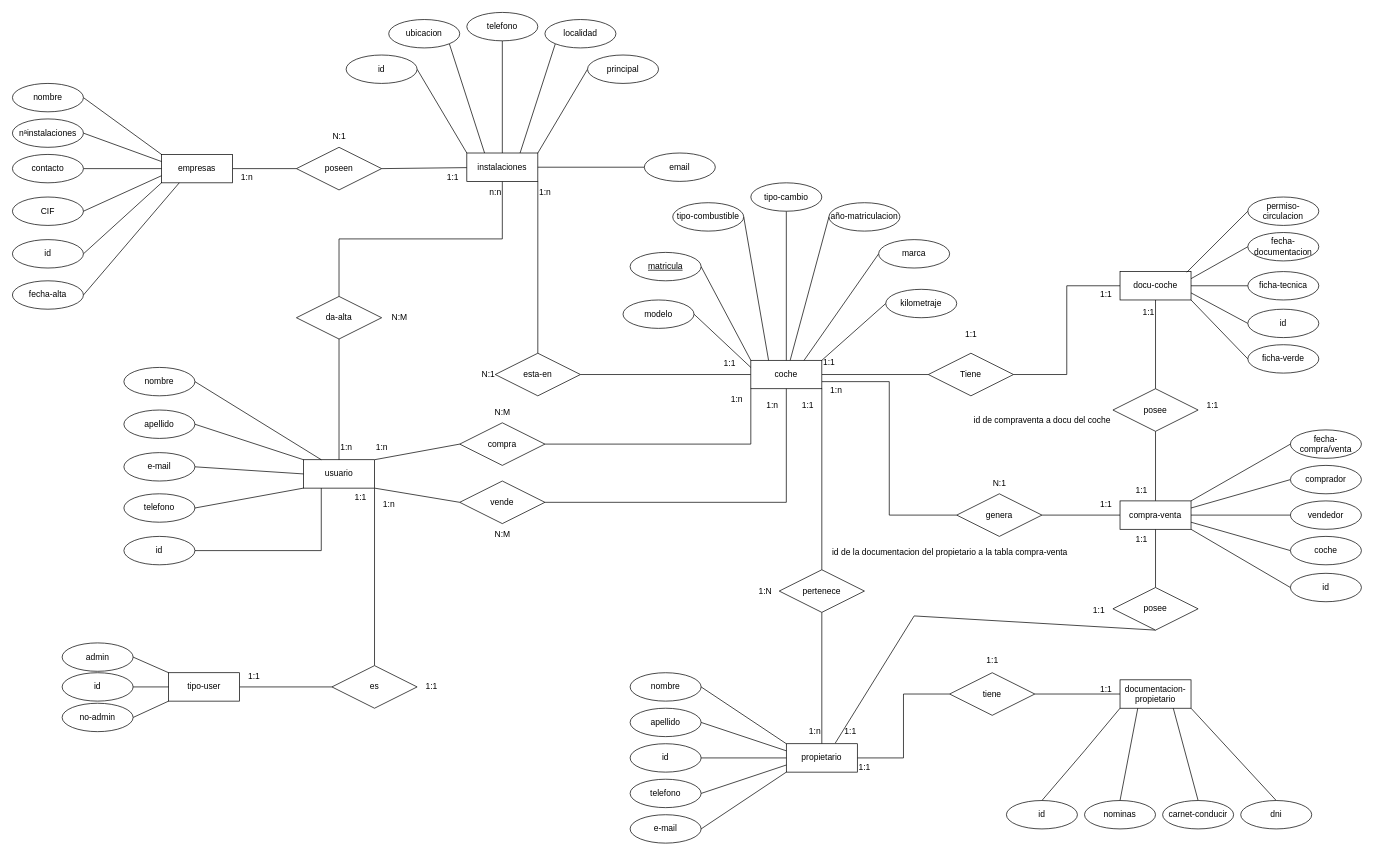
This is DOCS/ModelosBBDD/gestorDocumental.drawio from nachete905/Gestor-documental, a draw.io file, before an edit. Source tidied: cells renumbered, new cells numbered last; positions are measured from the earlier drawing's top-left corner, leaving out a move shared by most shapes. Both pictures are drawn from the tidied source at 71%, with x=0, y=0 at pixel (12, 12).
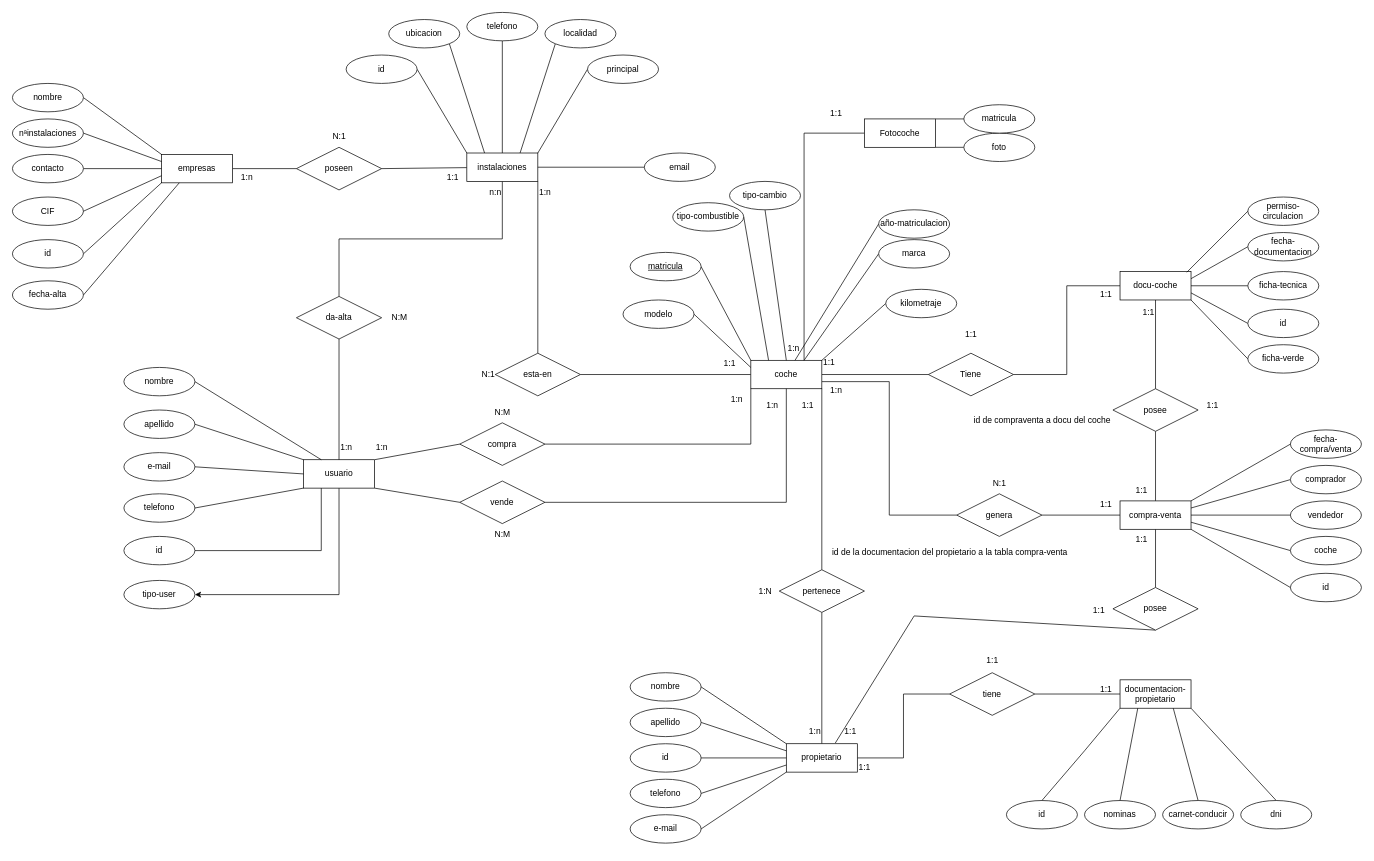
The same page after the edit.

The change refers to these unchanged cells:
```xml
<mxCell id="6" value="coche" style="whiteSpace=wrap;html=1;align=center;" parent="1" vertex="1">
  <mxGeometry x="1040" y="490" width="100" height="40" as="geometry" />
</mxCell>
<mxCell id="51" value="usuario" style="whiteSpace=wrap;html=1;align=center;" parent="1" vertex="1">
  <mxGeometry x="410" y="630" width="100" height="40" as="geometry" />
</mxCell>
```

Change to the diagram source:
```diff
@@
     <mxCell id="10" value="tipo-cambio" style="ellipse;whiteSpace=wrap;html=1;align=center;" parent="1" vertex="1">
-      <mxGeometry x="1040" y="240" width="100" height="40" as="geometry" />
+      <mxGeometry x="1010" y="238" width="100" height="40" as="geometry" />
     </mxCell>
@@
     <mxCell id="12" value="año-matriculacion" style="ellipse;whiteSpace=wrap;html=1;align=center;" parent="1" vertex="1">
-      <mxGeometry x="1150" y="268" width="100" height="40" as="geometry" />
+      <mxGeometry x="1220" y="278" width="100" height="40" as="geometry" />
     </mxCell>
@@
-    <mxCell id="50" style="edgeStyle=none;rounded=0;jettySize=auto;html=1;exitX=1;exitY=1;exitDx=0;exitDy=0;endArrow=none;endFill=0;" parent="1" edge="1" source="51" target="168">
-      <mxGeometry relative="1" as="geometry" />
-    </mxCell>
+    <mxCell id="179" style="edgeStyle=orthogonalEdgeStyle;rounded=0;jettySize=auto;html=1;exitX=0.5;exitY=1;exitDx=0;exitDy=0;entryX=1;entryY=0.5;entryDx=0;entryDy=0;" parent="1" edge="1" source="51" target="169">
+      <mxGeometry relative="1" as="geometry" />
+    </mxCell>
@@
-    <mxCell id="146" value="1:n" style="text;html=1;align=center;verticalAlign=middle;strokeColor=none;fillColor=none;" parent="1" vertex="1">
-      <mxGeometry x="510" y="678" width="40" height="30" as="geometry" />
-    </mxCell>
@@
-    <mxCell id="167" style="edgeStyle=none;rounded=0;jettySize=auto;html=1;exitX=0;exitY=0.5;exitDx=0;exitDy=0;endArrow=none;endFill=0;" parent="1" edge="1" source="168" target="169">
-      <mxGeometry relative="1" as="geometry" />
-    </mxCell>
-    <mxCell id="168" value="es" style="shape=rhombus;perimeter=rhombusPerimeter;whiteSpace=wrap;html=1;align=center;" parent="1" vertex="1">
-      <mxGeometry x="450" y="920" width="120" height="60" as="geometry" />
-    </mxCell>
+    <mxCell id="180" style="edgeStyle=orthogonalEdgeStyle;rounded=0;jettySize=auto;html=1;exitX=0;exitY=0.5;exitDx=0;exitDy=0;entryX=0.75;entryY=0;entryDx=0;entryDy=0;endArrow=none;endFill=0;" parent="1" edge="1" source="181" target="6">
+      <mxGeometry relative="1" as="geometry" />
+    </mxCell>
+    <mxCell id="181" value="Fotocoche" style="whiteSpace=wrap;html=1;align=center;" parent="1" vertex="1">
+      <mxGeometry x="1200" y="150" width="100" height="40" as="geometry" />
+    </mxCell>
+    <mxCell id="182" style="rounded=0;jettySize=auto;html=1;exitX=0;exitY=0.5;exitDx=0;exitDy=0;entryX=1;entryY=1;entryDx=0;entryDy=0;endArrow=none;endFill=0;" parent="1" edge="1" source="183" target="181">
+      <mxGeometry relative="1" as="geometry" />
+    </mxCell>
+    <mxCell id="183" value="foto" style="ellipse;whiteSpace=wrap;html=1;align=center;" parent="1" vertex="1">
+      <mxGeometry x="1340" y="170" width="100" height="40" as="geometry" />
+    </mxCell>
+    <mxCell id="184" style="rounded=0;jettySize=auto;html=1;exitX=0;exitY=0.5;exitDx=0;exitDy=0;entryX=1;entryY=0;entryDx=0;entryDy=0;endArrow=none;endFill=0;" parent="1" edge="1" source="185" target="181">
+      <mxGeometry relative="1" as="geometry" />
+    </mxCell>
+    <mxCell id="185" value="matricula" style="ellipse;whiteSpace=wrap;html=1;align=center;" parent="1" vertex="1">
+      <mxGeometry x="1340" y="130" width="100" height="40" as="geometry" />
+    </mxCell>
+    <mxCell id="146" value="1:n" style="text;html=1;align=center;verticalAlign=middle;strokeColor=none;fillColor=none;" parent="1" vertex="1">
+      <mxGeometry x="1080" y="458" width="40" height="30" as="geometry" />
+    </mxCell>
+    <mxCell id="186" value="1:1" style="text;html=1;align=center;verticalAlign=middle;strokeColor=none;fillColor=none;" parent="1" vertex="1">
+      <mxGeometry x="1140" y="128" width="40" height="30" as="geometry" />
+    </mxCell>
-    <mxCell id="169" value="tipo-user" style="whiteSpace=wrap;html=1;align=center;" parent="1" vertex="1">
-      <mxGeometry x="220" y="930" width="100" height="40" as="geometry" />
+    <mxCell id="169" value="tipo-user" style="ellipse;whiteSpace=wrap;html=1;align=center;" parent="1" vertex="1">
+      <mxGeometry x="157" y="800" width="100" height="40" as="geometry" />
     </mxCell>
-    <mxCell id="170" style="edgeStyle=none;rounded=0;jettySize=auto;html=1;exitX=1;exitY=0.5;exitDx=0;exitDy=0;entryX=0;entryY=0;entryDx=0;entryDy=0;endArrow=none;endFill=0;" parent="1" edge="1" source="171" target="169">
-      <mxGeometry relative="1" as="geometry" />
-    </mxCell>
-    <mxCell id="171" value="admin" style="ellipse;whiteSpace=wrap;html=1;align=center;" parent="1" vertex="1">
-      <mxGeometry x="70" y="888" width="100" height="40" as="geometry" />
-    </mxCell>
-    <mxCell id="172" style="edgeStyle=none;rounded=0;jettySize=auto;html=1;exitX=1;exitY=0.5;exitDx=0;exitDy=0;entryX=0;entryY=1;entryDx=0;entryDy=0;endArrow=none;endFill=0;" parent="1" edge="1" source="173" target="169">
-      <mxGeometry relative="1" as="geometry" />
-    </mxCell>
-    <mxCell id="173" value="no-admin" style="ellipse;whiteSpace=wrap;html=1;align=center;" parent="1" vertex="1">
-      <mxGeometry x="70" y="973" width="100" height="40" as="geometry" />
-    </mxCell>
-    <mxCell id="174" value="1:1" style="text;html=1;align=center;verticalAlign=middle;strokeColor=none;fillColor=none;" parent="1" vertex="1">
-      <mxGeometry x="470" y="668" width="40" height="30" as="geometry" />
-    </mxCell>
-    <mxCell id="175" value="1:1" style="text;html=1;align=center;verticalAlign=middle;strokeColor=none;fillColor=none;" parent="1" vertex="1">
-      <mxGeometry x="320" y="920" width="40" height="30" as="geometry" />
-    </mxCell>
-    <mxCell id="176" value="1:1" style="text;html=1;align=center;verticalAlign=middle;strokeColor=none;fillColor=none;" parent="1" vertex="1">
-      <mxGeometry x="570" y="935" width="40" height="30" as="geometry" />
-    </mxCell>
-    <mxCell id="177" style="rounded=0;jettySize=auto;html=1;exitX=1;exitY=0.5;exitDx=0;exitDy=0;entryX=0;entryY=0.5;entryDx=0;entryDy=0;endArrow=none;endFill=0;" parent="1" edge="1" source="178" target="169">
-      <mxGeometry relative="1" as="geometry" />
-    </mxCell>
-    <mxCell id="178" value="id" style="ellipse;whiteSpace=wrap;html=1;align=center;" parent="1" vertex="1">
-      <mxGeometry x="70" y="930" width="100" height="40" as="geometry" />
-    </mxCell>
```
